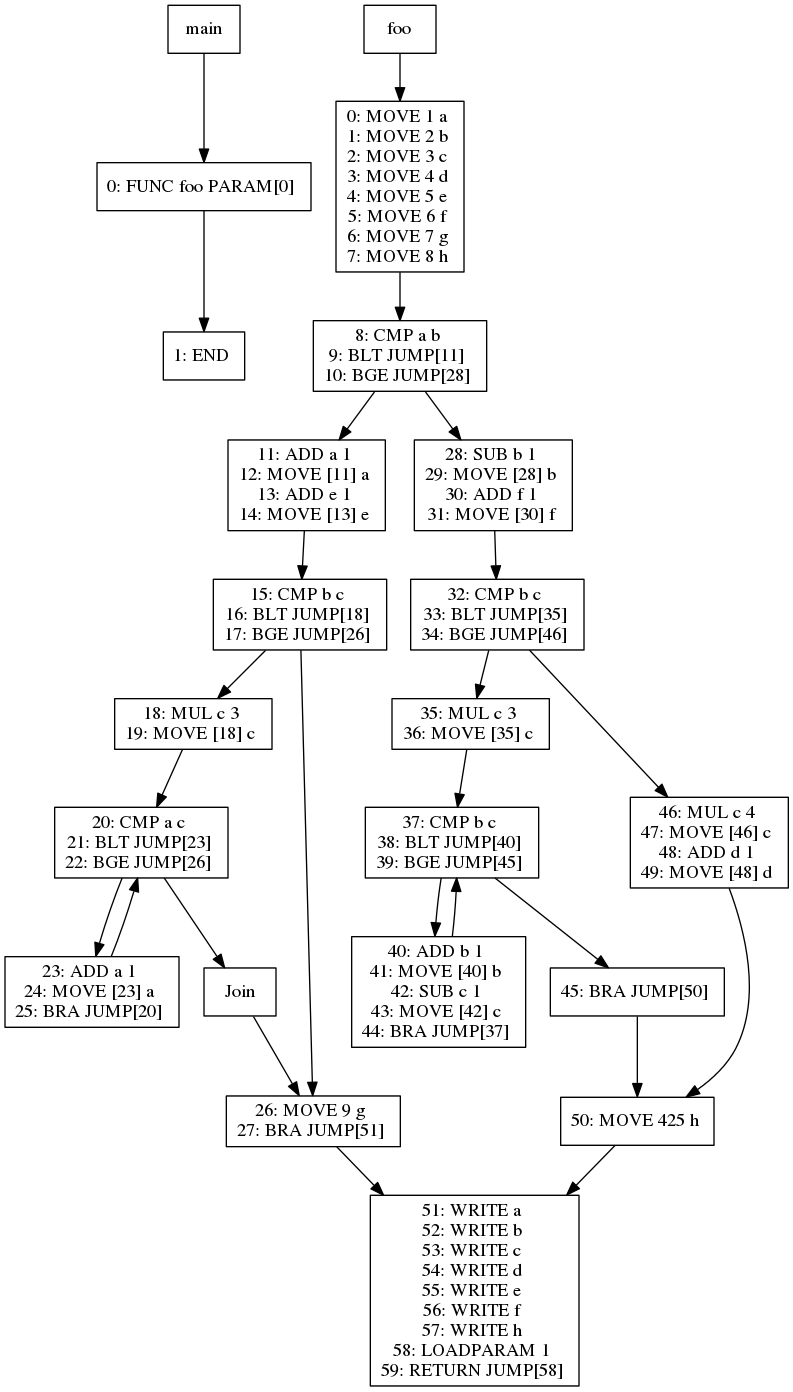
jiahanwang/PL241-Compiler keeps this Graphviz diagram as viz/test013.dot.png. Above is the earlier version. Its source is kept beside it as viz/test013.dot.
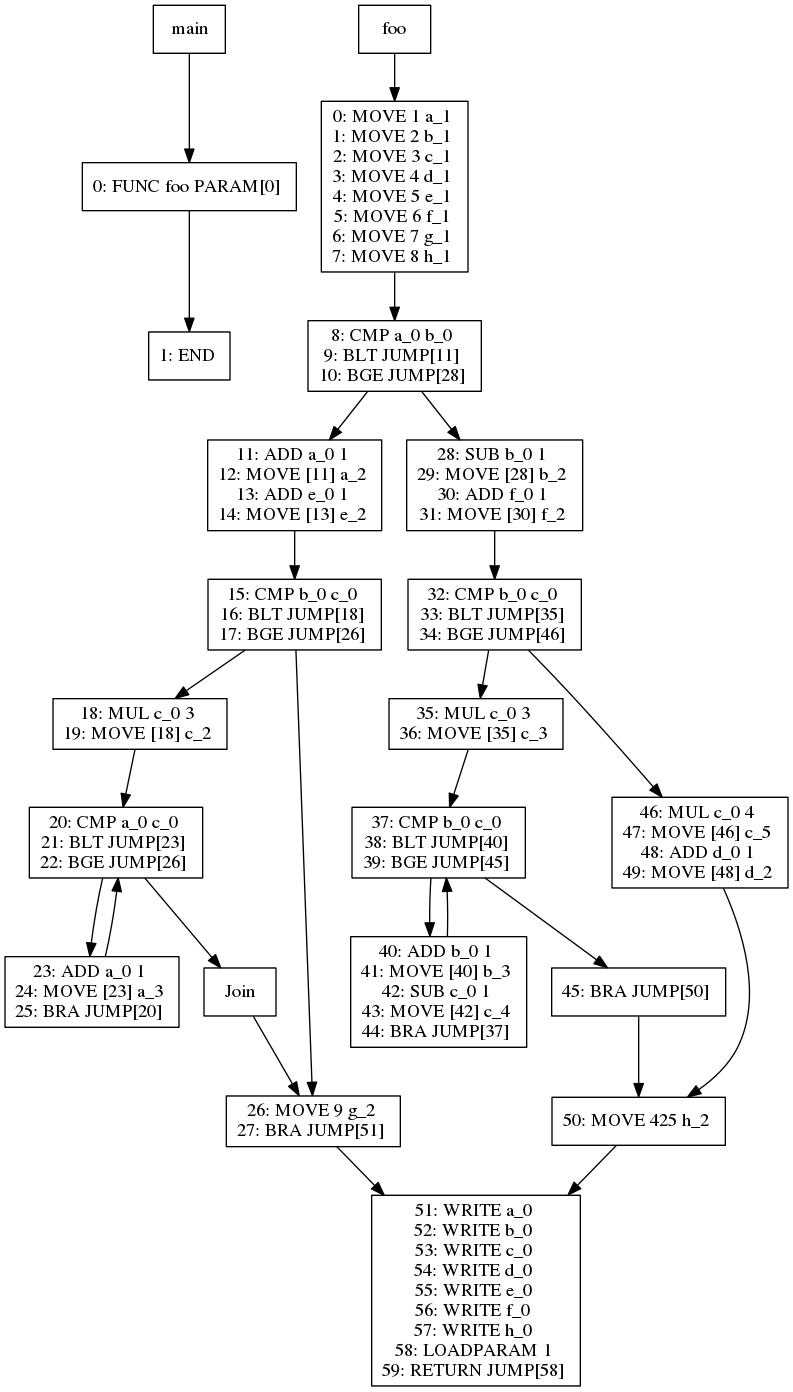
Above is the later version.

The edit, as a diff of the source:
```diff
@@ -1,112 +1,112 @@
 digraph test013 {
 node [shape=box]
-213[label="main"]
-213 -> 254
-254[label="0: FUNC foo PARAM[0]
+1[label="main"]
+1 -> 42
+42[label="0: FUNC foo PARAM[0]
 "]
-254 -> 255
-255[label="1: END
+42 -> 43
+43[label="1: END
 "]
-214[label="foo"]
-214 -> 216
-216[label="0: MOVE 1 a
-1: MOVE 2 b
-2: MOVE 3 c
-3: MOVE 4 d
-4: MOVE 5 e
-5: MOVE 6 f
-6: MOVE 7 g
-7: MOVE 8 h
+2[label="foo"]
+2 -> 4
+4[label="0: MOVE 1 a_1
+1: MOVE 2 b_1
+2: MOVE 3 c_1
+3: MOVE 4 d_1
+4: MOVE 5 e_1
+5: MOVE 6 f_1
+6: MOVE 7 g_1
+7: MOVE 8 h_1
 "]
-216 -> 224
-224[label="8: CMP a b
+4 -> 12
+12[label="8: CMP a_0 b_0
 9: BLT JUMP[11]
 10: BGE JUMP[28]
 "]
-224 -> 226
-226[label="11: ADD a 1
-12: MOVE [11] a
-13: ADD e 1
-14: MOVE [13] e
+12 -> 14
+14[label="11: ADD a_0 1
+12: MOVE [11] a_2
+13: ADD e_0 1
+14: MOVE [13] e_2
 "]
-226 -> 228
-228[label="15: CMP b c
+14 -> 16
+16[label="15: CMP b_0 c_0
 16: BLT JUMP[18]
 17: BGE JUMP[26]
 "]
-228 -> 230
-230[label="18: MUL c 3
-19: MOVE [18] c
+16 -> 18
+18[label="18: MUL c_0 3
+19: MOVE [18] c_2
 "]
-230 -> 231
-231[label="20: CMP a c
+18 -> 19
+19[label="20: CMP a_0 c_0
 21: BLT JUMP[23]
 22: BGE JUMP[26]
 "]
-231 -> 233
-233[label="23: ADD a 1
-24: MOVE [23] a
+19 -> 21
+21[label="23: ADD a_0 1
+24: MOVE [23] a_3
 25: BRA JUMP[20]
 "]
-233 -> 231
-231 -> 232
-232[label="Join"]
-232 -> 229
-229[label="26: MOVE 9 g
+21 -> 19
+19 -> 20
+20[label="Join"]
+20 -> 17
+17[label="26: MOVE 9 g_2
 27: BRA JUMP[51]
 "]
-229 -> 225
-225[label="51: WRITE a
-52: WRITE b
-53: WRITE c
-54: WRITE d
-55: WRITE e
-56: WRITE f
-57: WRITE h
+17 -> 13
+13[label="51: WRITE a_0
+52: WRITE b_0
+53: WRITE c_0
+54: WRITE d_0
+55: WRITE e_0
+56: WRITE f_0
+57: WRITE h_0
 58: LOADPARAM 1
 59: RETURN JUMP[58]
 "]
-228 -> 229
-224 -> 235
-235[label="28: SUB b 1
-29: MOVE [28] b
-30: ADD f 1
-31: MOVE [30] f
+16 -> 17
+12 -> 23
+23[label="28: SUB b_0 1
+29: MOVE [28] b_2
+30: ADD f_0 1
+31: MOVE [30] f_2
 "]
-235 -> 237
-237[label="32: CMP b c
+23 -> 25
+25[label="32: CMP b_0 c_0
 33: BLT JUMP[35]
 34: BGE JUMP[46]
 "]
-237 -> 239
-239[label="35: MUL c 3
-36: MOVE [35] c
+25 -> 27
+27[label="35: MUL c_0 3
+36: MOVE [35] c_3
 "]
-239 -> 240
-240[label="37: CMP b c
+27 -> 28
+28[label="37: CMP b_0 c_0
 38: BLT JUMP[40]
 39: BGE JUMP[45]
 "]
-240 -> 242
-242[label="40: ADD b 1
-41: MOVE [40] b
-42: SUB c 1
-43: MOVE [42] c
+28 -> 30
+30[label="40: ADD b_0 1
+41: MOVE [40] b_3
+42: SUB c_0 1
+43: MOVE [42] c_4
 44: BRA JUMP[37]
 "]
-242 -> 240
-240 -> 241
-241[label="45: BRA JUMP[50]
+30 -> 28
+28 -> 29
+29[label="45: BRA JUMP[50]
 "]
-241 -> 238
-238[label="50: MOVE 425 h
+29 -> 26
+26[label="50: MOVE 425 h_2
 "]
-238 -> 225
-237 -> 244
-244[label="46: MUL c 4
-47: MOVE [46] c
-48: ADD d 1
-49: MOVE [48] d
+26 -> 13
+25 -> 32
+32[label="46: MUL c_0 4
+47: MOVE [46] c_5
+48: ADD d_0 1
+49: MOVE [48] d_2
 "]
-244 -> 238
+32 -> 26
 }
```
